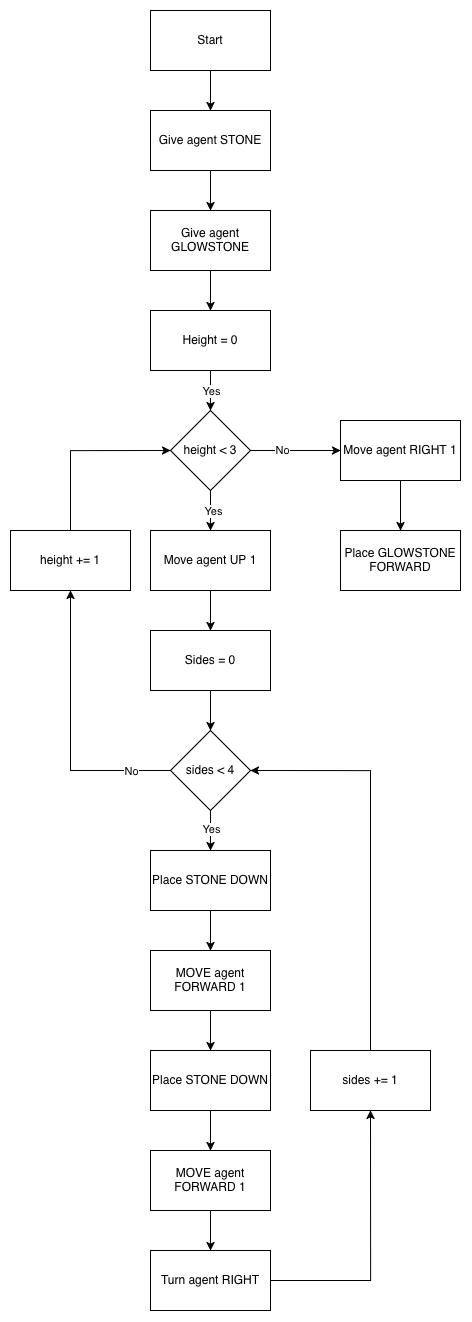
The draw.io diagram tutorials/python-islands/island-7/tower_builder/images/flowchart.png in CausewayDigital/Minecraft-EE-MakeCode, before a commit. Source tidied: cells renumbered, new cells last; positions are measured from the earlier drawing's top-left corner, leaving out a move shared by most shapes.
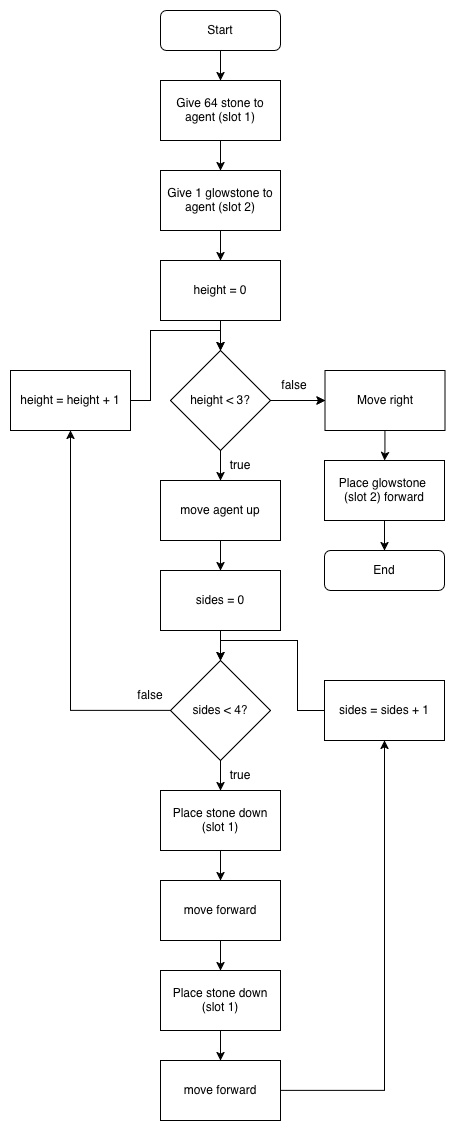
After the commit.

Commit message:
Updated flowchart images for tower builder island 7

What changed in the source:
```diff
@@ -2,139 +2,125 @@
   <root>
     <mxCell id="0" />
     <mxCell id="1" parent="0" />
-    <mxCell id="2" style="edgeStyle=orthogonalEdgeStyle;rounded=0;jettySize=auto;html=1;" parent="1" edge="1" source="3" target="5">
-      <mxGeometry relative="1" as="geometry" />
-    </mxCell>
+    <mxCell id="42" style="edgeStyle=orthogonalEdgeStyle;rounded=0;jettySize=auto;html=1;" parent="1" edge="1" source="3" target="44">
+      <mxGeometry relative="1" as="geometry" />
+    </mxCell>
-    <mxCell id="3" value="Start" style="rounded=0;whiteSpace=wrap;html=1;" parent="1" vertex="1">
-      <mxGeometry x="140" width="120" height="60" as="geometry" />
+    <mxCell id="3" value="Start" style="rounded=1;whiteSpace=wrap;html=1;" parent="1" vertex="1">
+      <mxGeometry x="140" width="120" height="40" as="geometry" />
     </mxCell>
-    <mxCell id="4" style="edgeStyle=orthogonalEdgeStyle;rounded=0;jettySize=auto;html=1;" parent="1" edge="1" source="5" target="7">
-      <mxGeometry relative="1" as="geometry" />
-    </mxCell>
-    <mxCell id="5" value="Give agent STONE" style="rounded=0;whiteSpace=wrap;html=1;" parent="1" vertex="1">
-      <mxGeometry x="140" y="100" width="120" height="60" as="geometry" />
-    </mxCell>
-    <mxCell id="6" style="edgeStyle=orthogonalEdgeStyle;rounded=0;jettySize=auto;html=1;" parent="1" edge="1" source="7" target="15">
-      <mxGeometry relative="1" as="geometry" />
-    </mxCell>
-    <mxCell id="7" value="Give agent GLOWSTONE" style="rounded=0;whiteSpace=wrap;html=1;" parent="1" vertex="1">
-      <mxGeometry x="140" y="200" width="120" height="60" as="geometry" />
-    </mxCell>
-    <mxCell id="8" style="edgeStyle=orthogonalEdgeStyle;rounded=0;jettySize=auto;html=1;" parent="1" edge="1" source="12" target="17">
-      <mxGeometry relative="1" as="geometry" />
-    </mxCell>
-    <mxCell id="9" value="Yes" style="edgeLabel;html=1;align=center;verticalAlign=middle;" parent="8" vertex="1">
-      <mxGeometry x="0.01" y="2" relative="1" as="geometry" />
-    </mxCell>
-    <mxCell id="10" style="edgeStyle=orthogonalEdgeStyle;rounded=0;jettySize=auto;html=1;" parent="1" edge="1" source="12" target="36">
-      <mxGeometry relative="1" as="geometry" />
-    </mxCell>
-    <mxCell id="11" value="No" style="edgeLabel;html=1;align=center;verticalAlign=middle;" parent="10" vertex="1">
-      <mxGeometry x="-0.3" y="1" relative="1" as="geometry" />
-    </mxCell>
-    <mxCell id="12" value="height &amp;lt; 3" style="rhombus;whiteSpace=wrap;html=1;" parent="1" vertex="1">
-      <mxGeometry x="160" y="400" width="80" height="80" as="geometry" />
-    </mxCell>
-    <mxCell id="13" style="edgeStyle=orthogonalEdgeStyle;rounded=0;jettySize=auto;html=1;" parent="1" edge="1" source="15" target="12">
-      <mxGeometry relative="1" as="geometry" />
-    </mxCell>
-    <mxCell id="14" value="Yes" style="edgeLabel;html=1;align=center;verticalAlign=middle;" parent="13" vertex="1">
-      <mxGeometry x="-0.05" relative="1" as="geometry" />
-    </mxCell>
-    <mxCell id="15" value="Height = 0" style="rounded=0;whiteSpace=wrap;html=1;" parent="1" vertex="1">
-      <mxGeometry x="140" y="300" width="120" height="60" as="geometry" />
-    </mxCell>
-    <mxCell id="16" style="edgeStyle=orthogonalEdgeStyle;rounded=0;jettySize=auto;html=1;" parent="1" edge="1" source="17" target="24">
-      <mxGeometry relative="1" as="geometry" />
-    </mxCell>
-    <mxCell id="17" value="Move agent UP 1" style="rounded=0;whiteSpace=wrap;html=1;" parent="1" vertex="1">
-      <mxGeometry x="140" y="520" width="120" height="60" as="geometry" />
-    </mxCell>
-    <mxCell id="18" style="edgeStyle=orthogonalEdgeStyle;rounded=0;jettySize=auto;html=1;" parent="1" edge="1" source="22" target="26">
-      <mxGeometry relative="1" as="geometry" />
-    </mxCell>
-    <mxCell id="19" value="Yes" style="edgeLabel;html=1;align=center;verticalAlign=middle;" parent="18" vertex="1">
-      <mxGeometry x="-0.08" relative="1" as="geometry" />
-    </mxCell>
-    <mxCell id="20" style="edgeStyle=orthogonalEdgeStyle;rounded=0;jettySize=auto;html=1;" parent="1" edge="1" source="22" target="39">
-      <mxGeometry relative="1" as="geometry" />
-    </mxCell>
-    <mxCell id="21" value="No" style="edgeLabel;html=1;align=center;verticalAlign=middle;" parent="20" vertex="1">
-      <mxGeometry x="-0.43" y="-2" relative="1" as="geometry">
-        <mxPoint x="40" y="2" as="offset" />
-      </mxGeometry>
-    </mxCell>
-    <mxCell id="22" value="sides &amp;lt; 4" style="rhombus;whiteSpace=wrap;html=1;" parent="1" vertex="1">
-      <mxGeometry x="160" y="720" width="80" height="80" as="geometry" />
-    </mxCell>
-    <mxCell id="23" style="edgeStyle=orthogonalEdgeStyle;rounded=0;jettySize=auto;html=1;" parent="1" edge="1" source="24" target="22">
-      <mxGeometry relative="1" as="geometry" />
-    </mxCell>
-    <mxCell id="24" value="Sides = 0" style="rounded=0;whiteSpace=wrap;html=1;" parent="1" vertex="1">
-      <mxGeometry x="140" y="620" width="120" height="60" as="geometry" />
-    </mxCell>
-    <mxCell id="25" style="edgeStyle=orthogonalEdgeStyle;rounded=0;jettySize=auto;html=1;" parent="1" edge="1" source="26" target="28">
-      <mxGeometry relative="1" as="geometry" />
-    </mxCell>
-    <mxCell id="26" value="Place STONE DOWN" style="rounded=0;whiteSpace=wrap;html=1;" parent="1" vertex="1">
-      <mxGeometry x="140" y="840" width="120" height="60" as="geometry" />
-    </mxCell>
-    <mxCell id="27" style="edgeStyle=orthogonalEdgeStyle;rounded=0;jettySize=auto;html=1;" parent="1" edge="1" source="28" target="30">
-      <mxGeometry relative="1" as="geometry" />
-    </mxCell>
-    <mxCell id="28" value="MOVE agent FORWARD 1" style="rounded=0;whiteSpace=wrap;html=1;" parent="1" vertex="1">
-      <mxGeometry x="140" y="940" width="120" height="60" as="geometry" />
-    </mxCell>
-    <mxCell id="29" style="edgeStyle=orthogonalEdgeStyle;rounded=0;jettySize=auto;html=1;" parent="1" edge="1" source="30" target="32">
-      <mxGeometry relative="1" as="geometry" />
-    </mxCell>
-    <mxCell id="30" value="Place STONE DOWN" style="rounded=0;whiteSpace=wrap;html=1;" parent="1" vertex="1">
-      <mxGeometry x="140" y="1040" width="120" height="60" as="geometry" />
-    </mxCell>
-    <mxCell id="31" style="edgeStyle=orthogonalEdgeStyle;rounded=0;jettySize=auto;html=1;" parent="1" edge="1" source="32" target="34">
-      <mxGeometry relative="1" as="geometry" />
-    </mxCell>
-    <mxCell id="32" value="MOVE agent FORWARD 1" style="rounded=0;whiteSpace=wrap;html=1;" parent="1" vertex="1">
-      <mxGeometry x="140" y="1140" width="120" height="60" as="geometry" />
-    </mxCell>
-    <mxCell id="33" style="edgeStyle=orthogonalEdgeStyle;rounded=0;jettySize=auto;html=1;entryX=0.5;entryY=1;entryDx=0;entryDy=0;" parent="1" edge="1" source="34" target="41">
-      <mxGeometry relative="1" as="geometry">
-        <Array as="points">
-          <mxPoint x="360" y="1270" />
-        </Array>
-      </mxGeometry>
-    </mxCell>
-    <mxCell id="34" value="Turn agent RIGHT" style="rounded=0;whiteSpace=wrap;html=1;" parent="1" vertex="1">
-      <mxGeometry x="140" y="1240" width="120" height="60" as="geometry" />
-    </mxCell>
-    <mxCell id="35" style="edgeStyle=orthogonalEdgeStyle;rounded=0;jettySize=auto;html=1;" parent="1" edge="1" source="36" target="37">
-      <mxGeometry relative="1" as="geometry" />
-    </mxCell>
-    <mxCell id="36" value="Move agent RIGHT 1" style="whiteSpace=wrap;html=1;" parent="1" vertex="1">
-      <mxGeometry x="330" y="410" width="120" height="60" as="geometry" />
-    </mxCell>
-    <mxCell id="37" value="Place GLOWSTONE FORWARD" style="whiteSpace=wrap;html=1;" parent="1" vertex="1">
-      <mxGeometry x="330" y="520" width="120" height="60" as="geometry" />
-    </mxCell>
-    <mxCell id="38" style="edgeStyle=orthogonalEdgeStyle;rounded=0;jettySize=auto;html=1;entryX=0;entryY=0.5;entryDx=0;entryDy=0;" parent="1" edge="1" source="39" target="12">
-      <mxGeometry relative="1" as="geometry">
-        <Array as="points">
-          <mxPoint x="60" y="440" />
-        </Array>
-      </mxGeometry>
-    </mxCell>
-    <mxCell id="39" value="height += 1" style="rounded=0;whiteSpace=wrap;html=1;" parent="1" vertex="1">
-      <mxGeometry y="520" width="120" height="60" as="geometry" />
-    </mxCell>
-    <mxCell id="40" style="edgeStyle=orthogonalEdgeStyle;rounded=0;jettySize=auto;html=1;entryX=1;entryY=0.5;entryDx=0;entryDy=0;" parent="1" edge="1" source="41" target="22">
-      <mxGeometry relative="1" as="geometry">
-        <Array as="points">
-          <mxPoint x="360" y="760" />
-        </Array>
-      </mxGeometry>
-    </mxCell>
-    <mxCell id="41" value="sides += 1" style="rounded=0;whiteSpace=wrap;html=1;" parent="1" vertex="1">
-      <mxGeometry x="300" y="1040" width="120" height="60" as="geometry" />
-    </mxCell>
+    <mxCell id="43" style="edgeStyle=orthogonalEdgeStyle;rounded=0;jettySize=auto;html=1;" parent="1" edge="1" source="44" target="46">
+      <mxGeometry relative="1" as="geometry" />
+    </mxCell>
+    <mxCell id="44" value="Give 64 stone to agent (slot 1)" style="rounded=0;whiteSpace=wrap;html=1;" parent="1" vertex="1">
+      <mxGeometry x="140" y="70" width="120" height="60" as="geometry" />
+    </mxCell>
+    <mxCell id="45" style="edgeStyle=orthogonalEdgeStyle;rounded=0;jettySize=auto;html=1;" parent="1" edge="1" source="46" target="48">
+      <mxGeometry relative="1" as="geometry" />
+    </mxCell>
+    <mxCell id="46" value="Give 1 glowstone to agent (slot 2)" style="rounded=0;whiteSpace=wrap;html=1;" parent="1" vertex="1">
+      <mxGeometry x="140" y="160" width="120" height="60" as="geometry" />
+    </mxCell>
+    <mxCell id="47" style="edgeStyle=orthogonalEdgeStyle;rounded=0;jettySize=auto;html=1;" parent="1" edge="1" source="48" target="51">
+      <mxGeometry relative="1" as="geometry" />
+    </mxCell>
+    <mxCell id="48" value="height = 0" style="rounded=0;whiteSpace=wrap;html=1;" parent="1" vertex="1">
+      <mxGeometry x="140" y="250" width="120" height="60" as="geometry" />
+    </mxCell>
+    <mxCell id="49" style="edgeStyle=orthogonalEdgeStyle;rounded=0;jettySize=auto;html=1;" parent="1" edge="1" source="76" target="71">
+      <mxGeometry relative="1" as="geometry" />
+    </mxCell>
+    <mxCell id="50" style="edgeStyle=orthogonalEdgeStyle;rounded=0;jettySize=auto;html=1;" parent="1" edge="1" source="51" target="76">
+      <mxGeometry relative="1" as="geometry" />
+    </mxCell>
+    <mxCell id="51" value="height &amp;lt; 3?" style="rhombus;whiteSpace=wrap;html=1;" parent="1" vertex="1">
+      <mxGeometry x="150" y="340" width="100" height="100" as="geometry" />
+    </mxCell>
+    <mxCell id="52" style="edgeStyle=orthogonalEdgeStyle;rounded=0;jettySize=auto;html=1;" parent="1" edge="1" source="53" target="56">
+      <mxGeometry relative="1" as="geometry" />
+    </mxCell>
+    <mxCell id="53" value="sides = 0" style="rounded=0;whiteSpace=wrap;html=1;" parent="1" vertex="1">
+      <mxGeometry x="140" y="560" width="120" height="60" as="geometry" />
+    </mxCell>
+    <mxCell id="54" style="edgeStyle=orthogonalEdgeStyle;rounded=0;jettySize=auto;html=1;" parent="1" edge="1" source="56" target="58">
+      <mxGeometry relative="1" as="geometry" />
+    </mxCell>
+    <mxCell id="55" style="edgeStyle=orthogonalEdgeStyle;rounded=0;jettySize=auto;html=1;entryX=0.5;entryY=1;entryDx=0;entryDy=0;" parent="1" edge="1" source="56" target="68">
+      <mxGeometry relative="1" as="geometry" />
+    </mxCell>
+    <mxCell id="56" value="sides &amp;lt; 4?" style="rhombus;whiteSpace=wrap;html=1;" parent="1" vertex="1">
+      <mxGeometry x="150" y="650" width="100" height="100" as="geometry" />
+    </mxCell>
+    <mxCell id="57" style="edgeStyle=orthogonalEdgeStyle;rounded=0;jettySize=auto;html=1;" parent="1" edge="1" source="58" target="60">
+      <mxGeometry relative="1" as="geometry" />
+    </mxCell>
+    <mxCell id="58" value="&lt;div&gt;Place stone down&lt;/div&gt;&lt;div&gt;(slot 1)&lt;/div&gt;" style="rounded=0;whiteSpace=wrap;html=1;" parent="1" vertex="1">
+      <mxGeometry x="140" y="780" width="120" height="60" as="geometry" />
+    </mxCell>
+    <mxCell id="59" style="edgeStyle=orthogonalEdgeStyle;rounded=0;jettySize=auto;html=1;" parent="1" edge="1" source="60" target="62">
+      <mxGeometry relative="1" as="geometry" />
+    </mxCell>
+    <mxCell id="60" value="move forward" style="rounded=0;whiteSpace=wrap;html=1;" parent="1" vertex="1">
+      <mxGeometry x="140" y="870" width="120" height="60" as="geometry" />
+    </mxCell>
+    <mxCell id="61" style="edgeStyle=orthogonalEdgeStyle;rounded=0;jettySize=auto;html=1;" parent="1" edge="1" source="62" target="64">
+      <mxGeometry relative="1" as="geometry" />
+    </mxCell>
+    <mxCell id="62" value="&lt;div&gt;Place stone down&lt;/div&gt;(slot 1)" style="rounded=0;whiteSpace=wrap;html=1;" parent="1" vertex="1">
+      <mxGeometry x="140" y="960" width="120" height="60" as="geometry" />
+    </mxCell>
+    <mxCell id="63" style="edgeStyle=orthogonalEdgeStyle;rounded=0;jettySize=auto;html=1;entryX=0.5;entryY=1;entryDx=0;entryDy=0;" parent="1" edge="1" source="64" target="66">
+      <mxGeometry relative="1" as="geometry" />
+    </mxCell>
+    <mxCell id="64" value="move forward" style="rounded=0;whiteSpace=wrap;html=1;" parent="1" vertex="1">
+      <mxGeometry x="140" y="1050" width="120" height="60" as="geometry" />
+    </mxCell>
+    <mxCell id="65" style="edgeStyle=orthogonalEdgeStyle;rounded=0;jettySize=auto;html=1;entryX=0.5;entryY=0;entryDx=0;entryDy=0;" parent="1" edge="1" source="66" target="56">
+      <mxGeometry relative="1" as="geometry" />
+    </mxCell>
+    <mxCell id="66" value="sides = sides + 1" style="rounded=0;whiteSpace=wrap;html=1;" parent="1" vertex="1">
+      <mxGeometry x="304" y="670" width="120" height="60" as="geometry" />
+    </mxCell>
+    <mxCell id="67" style="edgeStyle=orthogonalEdgeStyle;rounded=0;jettySize=auto;html=1;entryX=0.5;entryY=0;entryDx=0;entryDy=0;" parent="1" edge="1" source="68" target="51">
+      <mxGeometry relative="1" as="geometry" />
+    </mxCell>
+    <mxCell id="68" value="height = height + 1" style="rounded=0;whiteSpace=wrap;html=1;" parent="1" vertex="1">
+      <mxGeometry x="-10" y="360" width="120" height="60" as="geometry" />
+    </mxCell>
+    <mxCell id="69" value="End" style="rounded=1;whiteSpace=wrap;html=1;" parent="1" vertex="1">
+      <mxGeometry x="304" y="540" width="120" height="40" as="geometry" />
+    </mxCell>
+    <mxCell id="70" style="edgeStyle=orthogonalEdgeStyle;rounded=0;jettySize=auto;html=1;" parent="1" edge="1" source="71" target="53">
+      <mxGeometry relative="1" as="geometry" />
+    </mxCell>
+    <mxCell id="71" value="move agent up" style="rounded=0;whiteSpace=wrap;html=1;" parent="1" vertex="1">
+      <mxGeometry x="140" y="470" width="120" height="60" as="geometry" />
+    </mxCell>
+    <mxCell id="72" style="edgeStyle=orthogonalEdgeStyle;rounded=0;jettySize=auto;html=1;" parent="1" edge="1" source="76" target="74">
+      <mxGeometry relative="1" as="geometry" />
+    </mxCell>
+    <mxCell id="73" style="edgeStyle=orthogonalEdgeStyle;rounded=0;jettySize=auto;html=1;" parent="1" edge="1" source="74" target="69">
+      <mxGeometry relative="1" as="geometry" />
+    </mxCell>
+    <mxCell id="74" value="&lt;div&gt;Place glowstone&amp;nbsp;&lt;/div&gt;&lt;div&gt;(slot 2) forward&lt;/div&gt;" style="rounded=0;whiteSpace=wrap;html=1;" parent="1" vertex="1">
+      <mxGeometry x="304" y="450" width="120" height="60" as="geometry" />
+    </mxCell>
+    <mxCell id="75" style="edgeStyle=orthogonalEdgeStyle;rounded=0;jettySize=auto;html=1;" parent="1" edge="1" source="51" target="76">
+      <mxGeometry relative="1" as="geometry" />
+    </mxCell>
+    <mxCell id="76" value="Move right" style="rounded=0;whiteSpace=wrap;html=1;" parent="1" vertex="1">
+      <mxGeometry x="304.5" y="360" width="120" height="60" as="geometry" />
+    </mxCell>
+    <mxCell id="77" value="true" style="text;html=1;whiteSpace=wrap;strokeColor=none;fillColor=none;align=center;verticalAlign=middle;rounded=0;" parent="1" vertex="1">
+      <mxGeometry x="190" y="440" width="60" height="30" as="geometry" />
+    </mxCell>
+    <mxCell id="78" value="false" style="text;html=1;whiteSpace=wrap;strokeColor=none;fillColor=none;align=center;verticalAlign=middle;rounded=0;" parent="1" vertex="1">
+      <mxGeometry x="244" y="360" width="60" height="30" as="geometry" />
+    </mxCell>
+    <mxCell id="79" value="true" style="text;html=1;whiteSpace=wrap;strokeColor=none;fillColor=none;align=center;verticalAlign=middle;rounded=0;" parent="1" vertex="1">
+      <mxGeometry x="190" y="750" width="60" height="30" as="geometry" />
+    </mxCell>
+    <mxCell id="80" value="false" style="text;html=1;whiteSpace=wrap;strokeColor=none;fillColor=none;align=center;verticalAlign=middle;rounded=0;" parent="1" vertex="1">
+      <mxGeometry x="100" y="670" width="60" height="30" as="geometry" />
+    </mxCell>
   </root>
 </mxGraphModel>
```
